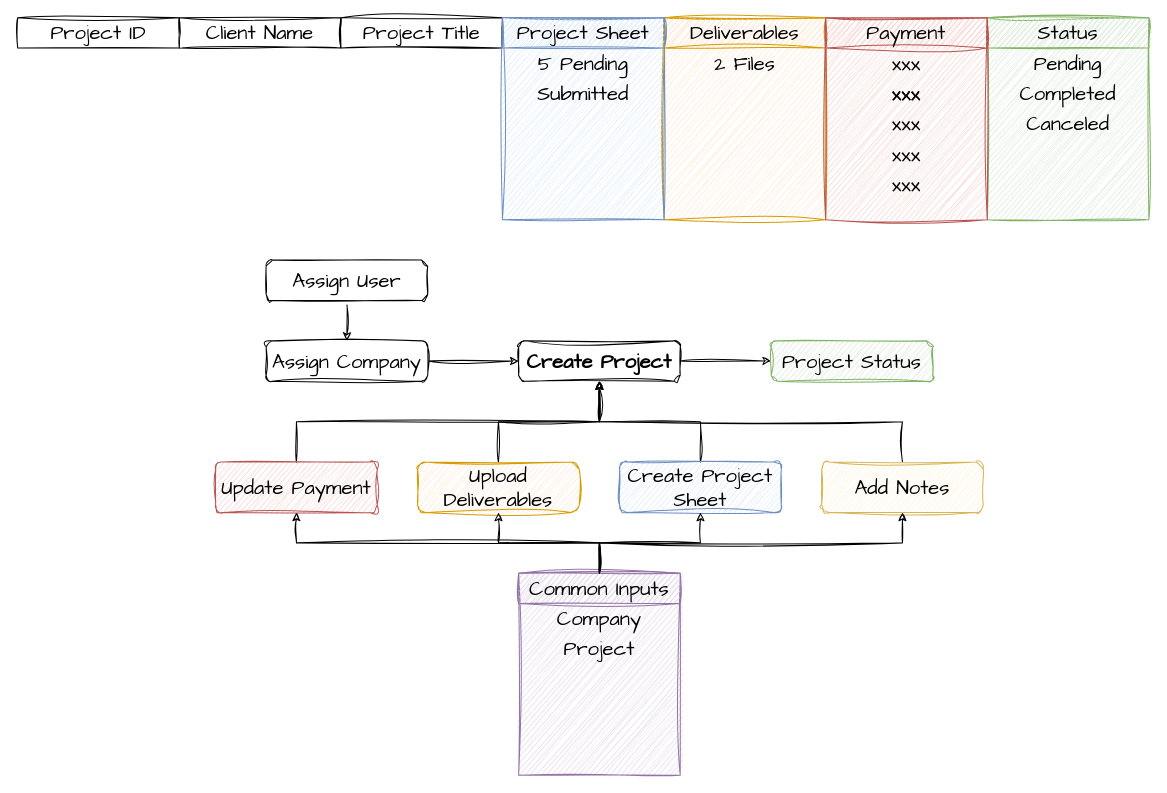
Before: structure.drawio in zachfotis/geotech-clients-ts, a draw.io diagram. Source tidied: cells renumbered, new cells numbered last; positions are measured from the earlier drawing's top-left corner, leaving out a move shared by most shapes. Both pictures are drawn from the tidied source at 101%, with x=0, y=0 at pixel (17, 17).
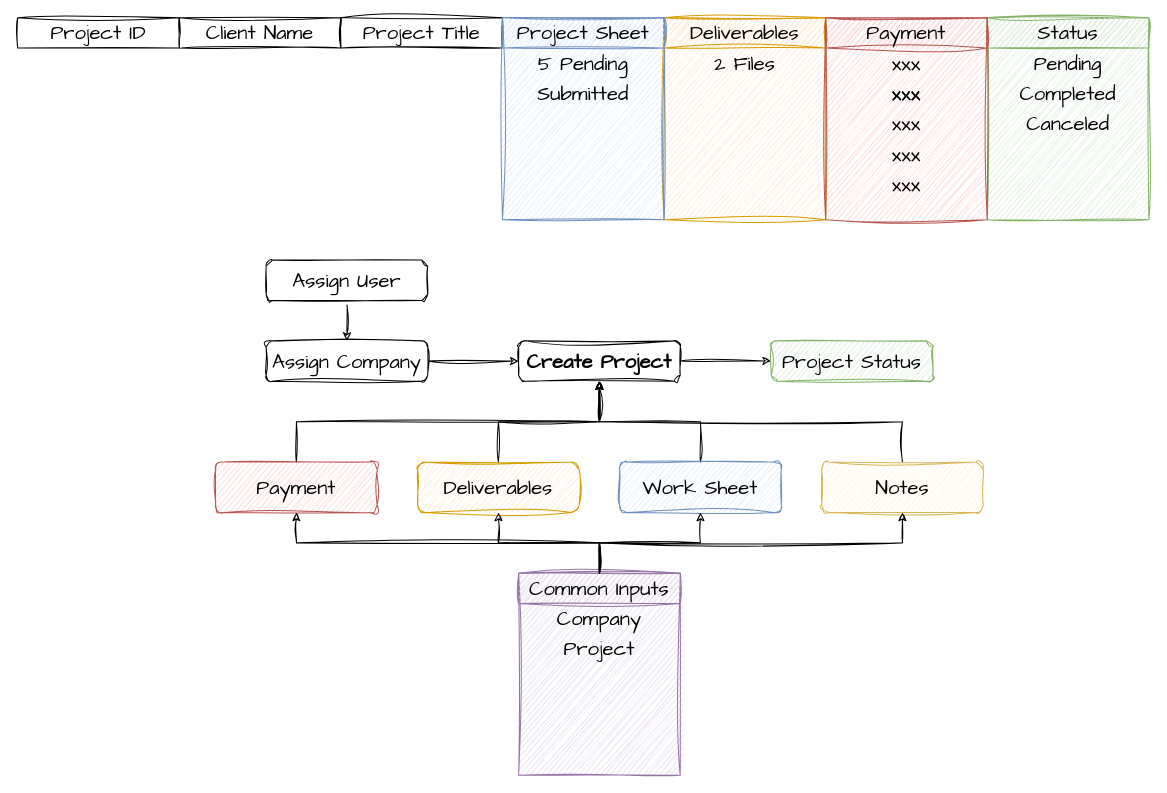
After the change.

Change to the diagram source:
```diff
@@
-    <mxCell id="33" value="Upload Deliverables" style="rounded=1;whiteSpace=wrap;html=1;sketch=1;hachureGap=4;jiggle=2;curveFitting=1;fontFamily=Architects Daughter;fontSize=20;fillColor=#ffe6cc;strokeColor=#d79b00;" parent="1" vertex="1">
+    <mxCell id="33" value="Deliverables" style="rounded=1;whiteSpace=wrap;html=1;sketch=1;hachureGap=4;jiggle=2;curveFitting=1;fontFamily=Architects Daughter;fontSize=20;fillColor=#ffe6cc;strokeColor=#d79b00;" parent="1" vertex="1">
       <mxGeometry x="396" y="440" width="160" height="50" as="geometry" />
     </mxCell>
@@
-    <mxCell id="35" value="Create Project Sheet" style="rounded=1;whiteSpace=wrap;html=1;sketch=1;hachureGap=4;jiggle=2;curveFitting=1;fontFamily=Architects Daughter;fontSize=20;fillColor=#dae8fc;strokeColor=#6c8ebf;" parent="1" vertex="1">
+    <mxCell id="35" value="Work Sheet" style="rounded=1;whiteSpace=wrap;html=1;sketch=1;hachureGap=4;jiggle=2;curveFitting=1;fontFamily=Architects Daughter;fontSize=20;fillColor=#dae8fc;strokeColor=#6c8ebf;" parent="1" vertex="1">
       <mxGeometry x="596" y="440" width="160" height="50" as="geometry" />
     </mxCell>
@@
-    <mxCell id="37" value="Update Payment" style="rounded=1;whiteSpace=wrap;html=1;sketch=1;hachureGap=4;jiggle=2;curveFitting=1;fontFamily=Architects Daughter;fontSize=20;fillColor=#f8cecc;strokeColor=#b85450;" parent="1" vertex="1">
+    <mxCell id="37" value="Payment" style="rounded=1;whiteSpace=wrap;html=1;sketch=1;hachureGap=4;jiggle=2;curveFitting=1;fontFamily=Architects Daughter;fontSize=20;fillColor=#f8cecc;strokeColor=#b85450;" parent="1" vertex="1">
       <mxGeometry x="196" y="440" width="160" height="50" as="geometry" />
     </mxCell>
@@
-    <mxCell id="51" value="Add Notes" style="rounded=1;whiteSpace=wrap;html=1;sketch=1;hachureGap=4;jiggle=2;curveFitting=1;fontFamily=Architects Daughter;fontSize=20;fillColor=#fff2cc;strokeColor=#d6b656;" parent="1" vertex="1">
+    <mxCell id="51" value="Notes" style="rounded=1;whiteSpace=wrap;html=1;sketch=1;hachureGap=4;jiggle=2;curveFitting=1;fontFamily=Architects Daughter;fontSize=20;fillColor=#fff2cc;strokeColor=#d6b656;" parent="1" vertex="1">
       <mxGeometry x="796" y="440" width="160" height="50" as="geometry" />
     </mxCell>
```
